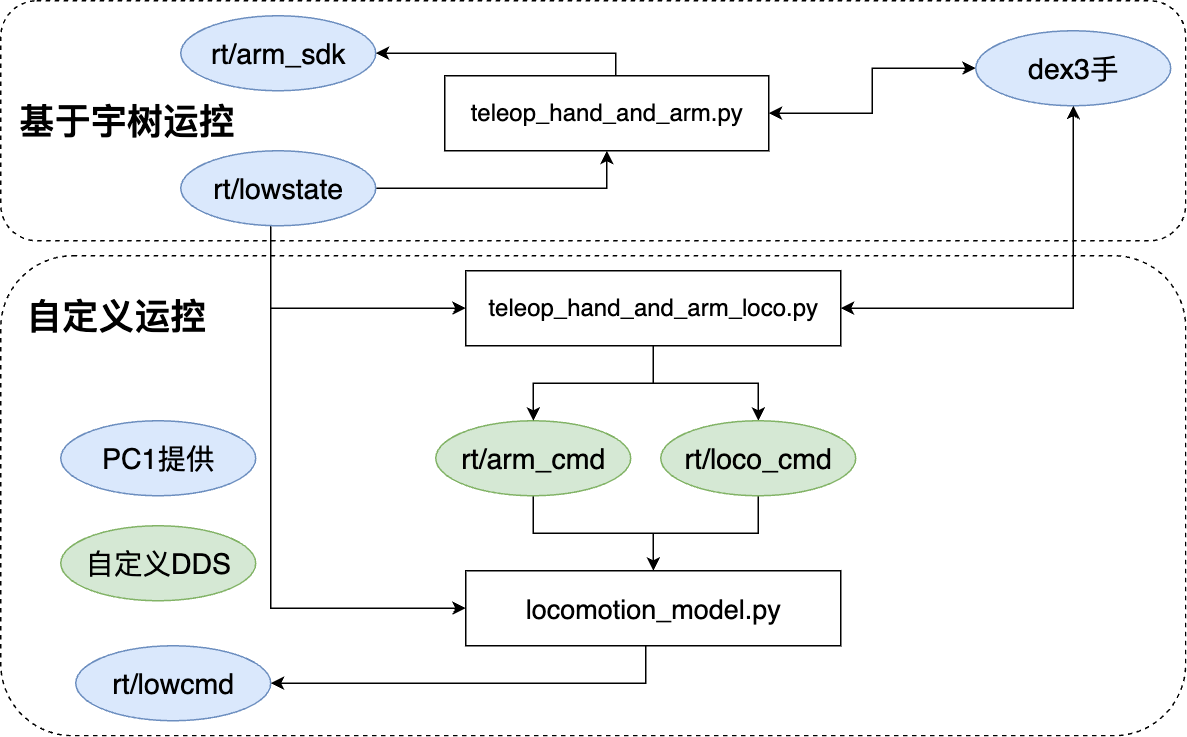
JunweiLiang/humanoid_teleop keeps this draw.io diagram as wbc_teleop_dds_pipeline.png. Above is the earlier version. Source tidied: cells renumbered, new cells last; positions are measured from the earlier drawing's top-left corner, leaving out a move shared by most shapes. The source it was exported from:
```xml
<mxGraphModel>
  <root>
    <mxCell id="0" />
    <mxCell id="1" parent="0" />
    <mxCell id="2" style="rounded=1;whiteSpace=wrap;html=1;dashed=1;fillColor=none;" parent="1" vertex="1">
      <mxGeometry width="790" height="160" as="geometry" />
    </mxCell>
    <mxCell id="3" style="rounded=1;whiteSpace=wrap;html=1;dashed=1;fillColor=none;" parent="1" vertex="1">
      <mxGeometry y="170" width="790" height="320" as="geometry" />
    </mxCell>
    <mxCell id="4" value="rt/arm_sdk" style="ellipse;whiteSpace=wrap;html=1;fontSize=19;fillColor=#dae8fc;strokeColor=#6c8ebf;" parent="1" vertex="1">
      <mxGeometry x="120" y="10" width="130" height="50" as="geometry" />
    </mxCell>
    <mxCell id="5" value="PC1提供" style="ellipse;whiteSpace=wrap;html=1;fontSize=19;fillColor=#dae8fc;strokeColor=#6c8ebf;" parent="1" vertex="1">
      <mxGeometry x="40" y="280" width="130" height="50" as="geometry" />
    </mxCell>
    <mxCell id="6" value="rt/lowcmd" style="ellipse;whiteSpace=wrap;html=1;fontSize=19;fillColor=#dae8fc;strokeColor=#6c8ebf;" parent="1" vertex="1">
      <mxGeometry x="50" y="430" width="130" height="50" as="geometry" />
    </mxCell>
    <mxCell id="7" style="edgeStyle=orthogonalEdgeStyle;rounded=0;jettySize=auto;html=1;entryX=0.5;entryY=0;entryDx=0;entryDy=0;exitX=0.5;exitY=1;exitDx=0;exitDy=0;" parent="1" edge="1" source="20" target="25">
      <mxGeometry relative="1" as="geometry" />
    </mxCell>
    <mxCell id="8" style="edgeStyle=orthogonalEdgeStyle;rounded=0;jettySize=auto;html=1;" parent="1" edge="1" source="9" target="22">
      <mxGeometry relative="1" as="geometry" />
    </mxCell>
    <mxCell id="9" value="rt/arm_cmd" style="ellipse;whiteSpace=wrap;html=1;fontSize=19;fillColor=#d5e8d4;strokeColor=#82b366;" parent="1" vertex="1">
      <mxGeometry x="290" y="280" width="130" height="50" as="geometry" />
    </mxCell>
    <mxCell id="10" value="自定义DDS" style="ellipse;whiteSpace=wrap;html=1;fontSize=19;fillColor=#d5e8d4;strokeColor=#82b366;" parent="1" vertex="1">
      <mxGeometry x="40" y="350" width="130" height="50" as="geometry" />
    </mxCell>
    <mxCell id="11" style="edgeStyle=orthogonalEdgeStyle;rounded=0;jettySize=auto;html=1;entryX=0.5;entryY=1;entryDx=0;entryDy=0;" parent="1" edge="1" source="14" target="17">
      <mxGeometry relative="1" as="geometry" />
    </mxCell>
    <mxCell id="12" style="edgeStyle=orthogonalEdgeStyle;rounded=0;jettySize=auto;html=1;entryX=0;entryY=0.5;entryDx=0;entryDy=0;" parent="1" edge="1" source="14" target="20">
      <mxGeometry relative="1" as="geometry">
        <Array as="points">
          <mxPoint x="180" y="205" />
        </Array>
      </mxGeometry>
    </mxCell>
    <mxCell id="13" style="edgeStyle=orthogonalEdgeStyle;rounded=0;jettySize=auto;html=1;entryX=0;entryY=0.5;entryDx=0;entryDy=0;" parent="1" edge="1" source="14" target="22">
      <mxGeometry relative="1" as="geometry">
        <Array as="points">
          <mxPoint x="180" y="405" />
        </Array>
      </mxGeometry>
    </mxCell>
    <mxCell id="14" value="rt/lowstate" style="ellipse;whiteSpace=wrap;html=1;fontSize=19;fillColor=#dae8fc;strokeColor=#6c8ebf;" parent="1" vertex="1">
      <mxGeometry x="120" y="100" width="130" height="50" as="geometry" />
    </mxCell>
    <mxCell id="15" style="edgeStyle=orthogonalEdgeStyle;rounded=0;jettySize=auto;html=1;entryX=1;entryY=0.5;entryDx=0;entryDy=0;" parent="1" edge="1" source="17" target="4">
      <mxGeometry relative="1" as="geometry">
        <Array as="points">
          <mxPoint x="410" y="35" />
        </Array>
      </mxGeometry>
    </mxCell>
    <mxCell id="16" style="edgeStyle=orthogonalEdgeStyle;rounded=0;jettySize=auto;html=1;entryX=0;entryY=0.5;entryDx=0;entryDy=0;startArrow=classic;startFill=1;" parent="1" edge="1" source="17" target="23">
      <mxGeometry relative="1" as="geometry" />
    </mxCell>
    <mxCell id="17" value="teleop_hand_and_arm.py" style="rounded=0;whiteSpace=wrap;html=1;fontSize=16;" parent="1" vertex="1">
      <mxGeometry x="296" y="50" width="216" height="50" as="geometry" />
    </mxCell>
    <mxCell id="18" style="edgeStyle=orthogonalEdgeStyle;rounded=0;jettySize=auto;html=1;entryX=0.5;entryY=1;entryDx=0;entryDy=0;startArrow=classic;startFill=1;" parent="1" edge="1" source="20" target="23">
      <mxGeometry relative="1" as="geometry" />
    </mxCell>
    <mxCell id="19" style="edgeStyle=orthogonalEdgeStyle;rounded=0;jettySize=auto;html=1;" parent="1" edge="1" source="20" target="9">
      <mxGeometry relative="1" as="geometry" />
    </mxCell>
    <mxCell id="20" value="teleop_hand_and_arm_loco.py" style="rounded=0;whiteSpace=wrap;html=1;fontSize=16;" parent="1" vertex="1">
      <mxGeometry x="310" y="180" width="250" height="50" as="geometry" />
    </mxCell>
    <mxCell id="21" style="edgeStyle=orthogonalEdgeStyle;rounded=0;jettySize=auto;html=1;entryX=1;entryY=0.5;entryDx=0;entryDy=0;" parent="1" edge="1" source="22" target="6">
      <mxGeometry relative="1" as="geometry">
        <Array as="points">
          <mxPoint x="430" y="455" />
        </Array>
      </mxGeometry>
    </mxCell>
    <mxCell id="22" value="locomotion_model.py" style="rounded=0;whiteSpace=wrap;html=1;fontSize=18;" parent="1" vertex="1">
      <mxGeometry x="310" y="380" width="250" height="50" as="geometry" />
    </mxCell>
    <mxCell id="23" value="dex3手" style="ellipse;whiteSpace=wrap;html=1;fontSize=19;fillColor=#dae8fc;strokeColor=#6c8ebf;" parent="1" vertex="1">
      <mxGeometry x="650" y="20" width="130" height="50" as="geometry" />
    </mxCell>
    <mxCell id="24" style="edgeStyle=orthogonalEdgeStyle;rounded=0;jettySize=auto;html=1;entryX=0.5;entryY=0;entryDx=0;entryDy=0;" parent="1" edge="1" source="25" target="22">
      <mxGeometry relative="1" as="geometry" />
    </mxCell>
    <mxCell id="25" value="rt/loco_cmd" style="ellipse;whiteSpace=wrap;html=1;fontSize=19;fillColor=#d5e8d4;strokeColor=#82b366;" parent="1" vertex="1">
      <mxGeometry x="440" y="280" width="130" height="50" as="geometry" />
    </mxCell>
    <mxCell id="26" value="&lt;h1 style=&quot;margin-top: 0px;&quot;&gt;基于宇树运控&lt;/h1&gt;&lt;p&gt;&lt;br&gt;&lt;/p&gt;" style="text;html=1;whiteSpace=wrap;overflow=hidden;rounded=0;" parent="1" vertex="1">
      <mxGeometry x="10" y="60" width="180" height="50" as="geometry" />
    </mxCell>
    <mxCell id="27" value="&lt;h1 style=&quot;margin-top: 0px;&quot;&gt;自定义运控&lt;/h1&gt;&lt;p&gt;&lt;br&gt;&lt;/p&gt;" style="text;html=1;whiteSpace=wrap;overflow=hidden;rounded=0;" parent="1" vertex="1">
      <mxGeometry x="15" y="190" width="180" height="50" as="geometry" />
    </mxCell>
  </root>
</mxGraphModel>
```
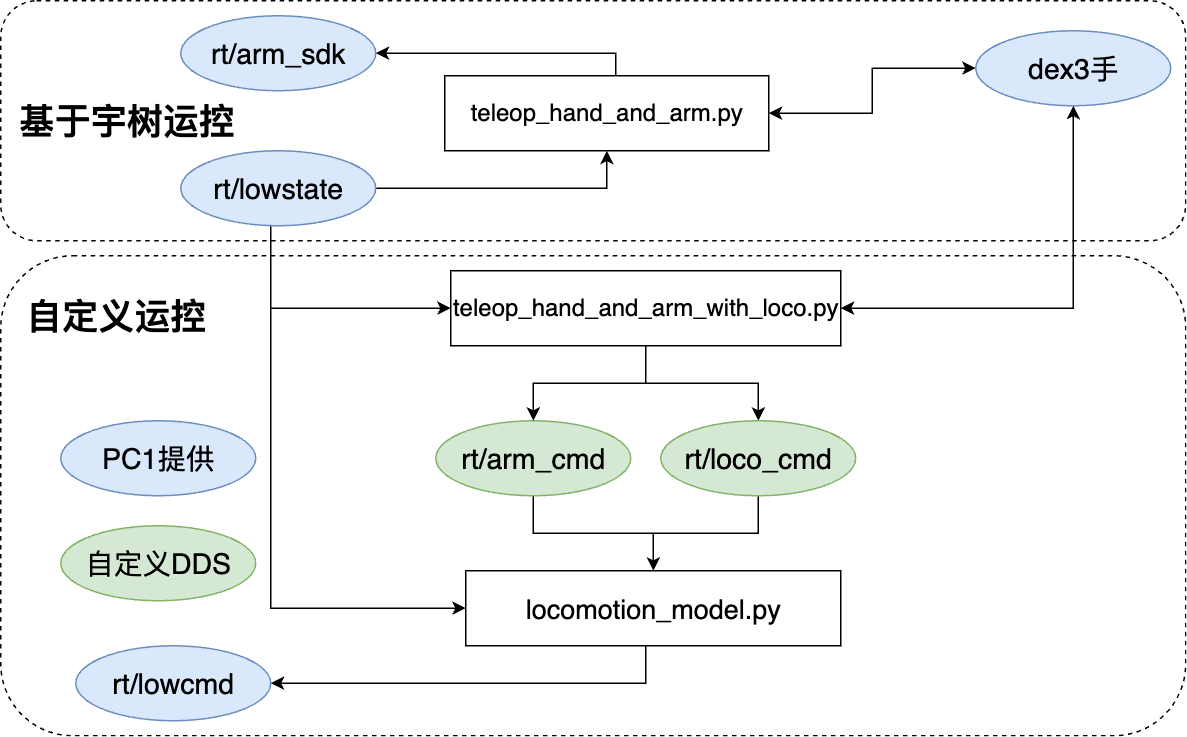
Above is the later version.

Change to the diagram source:
```diff
@@ -68,8 +68,8 @@
     <mxCell id="19" style="edgeStyle=orthogonalEdgeStyle;rounded=0;jettySize=auto;html=1;" parent="1" edge="1" source="20" target="9">
       <mxGeometry relative="1" as="geometry" />
     </mxCell>
-    <mxCell id="20" value="teleop_hand_and_arm_loco.py" style="rounded=0;whiteSpace=wrap;html=1;fontSize=16;" parent="1" vertex="1">
-      <mxGeometry x="310" y="180" width="250" height="50" as="geometry" />
+    <mxCell id="20" value="teleop_hand_and_arm_with_loco.py" style="rounded=0;whiteSpace=wrap;html=1;fontSize=16;" parent="1" vertex="1">
+      <mxGeometry x="300" y="180" width="260" height="50" as="geometry" />
     </mxCell>
     <mxCell id="21" style="edgeStyle=orthogonalEdgeStyle;rounded=0;jettySize=auto;html=1;entryX=1;entryY=0.5;entryDx=0;entryDy=0;" parent="1" edge="1" source="22" target="6">
       <mxGeometry relative="1" as="geometry">
```
